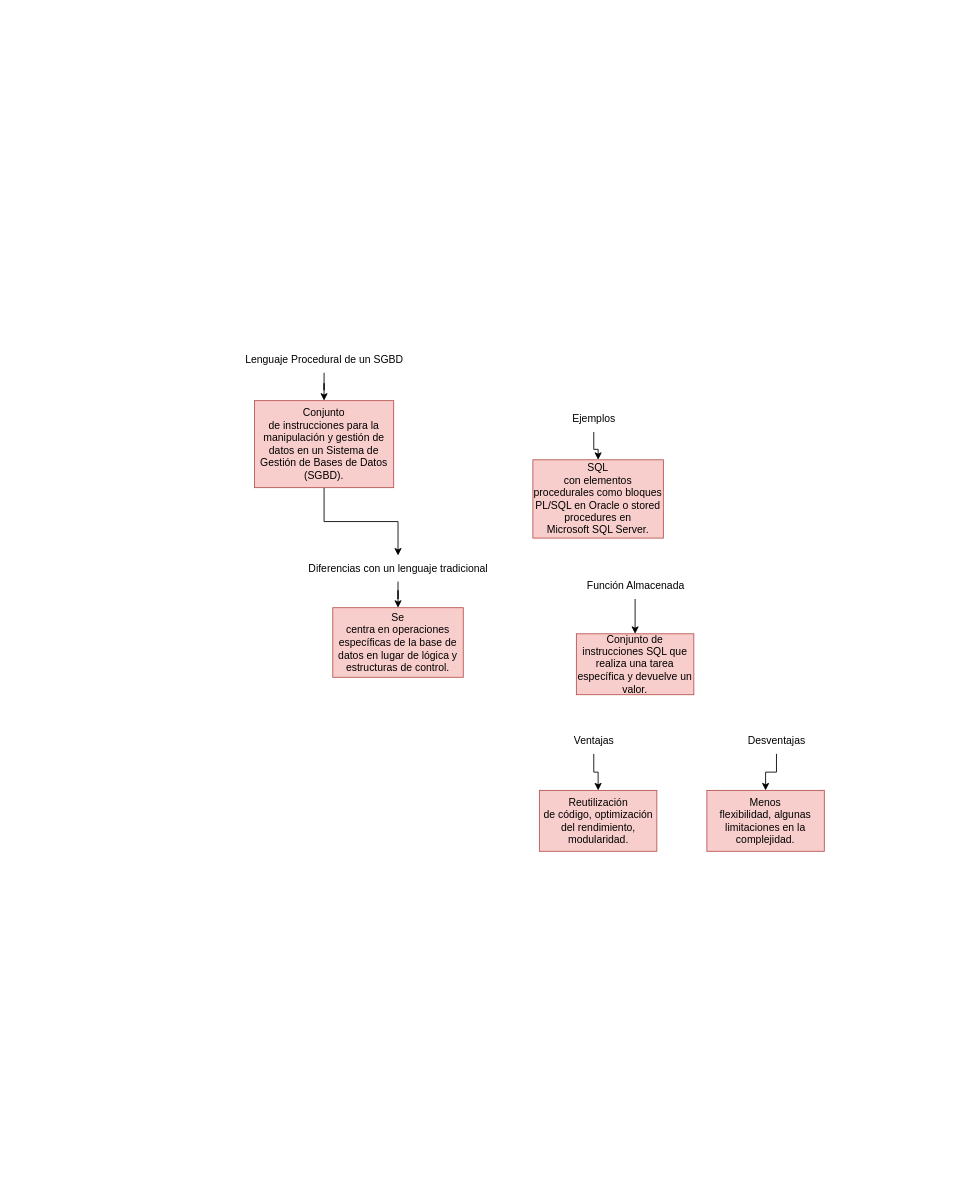
The draw.io diagram Mapa mixto lenguaje procedural.drawio in misiomishi/itcj, before the edit. Source tidied: cells renumbered, new cells numbered last; positions are measured from the earlier drawing's top-left corner, leaving out a move shared by most shapes. Both pictures are drawn from the tidied source at 87%, with x=0, y=0 at pixel (237, 346).
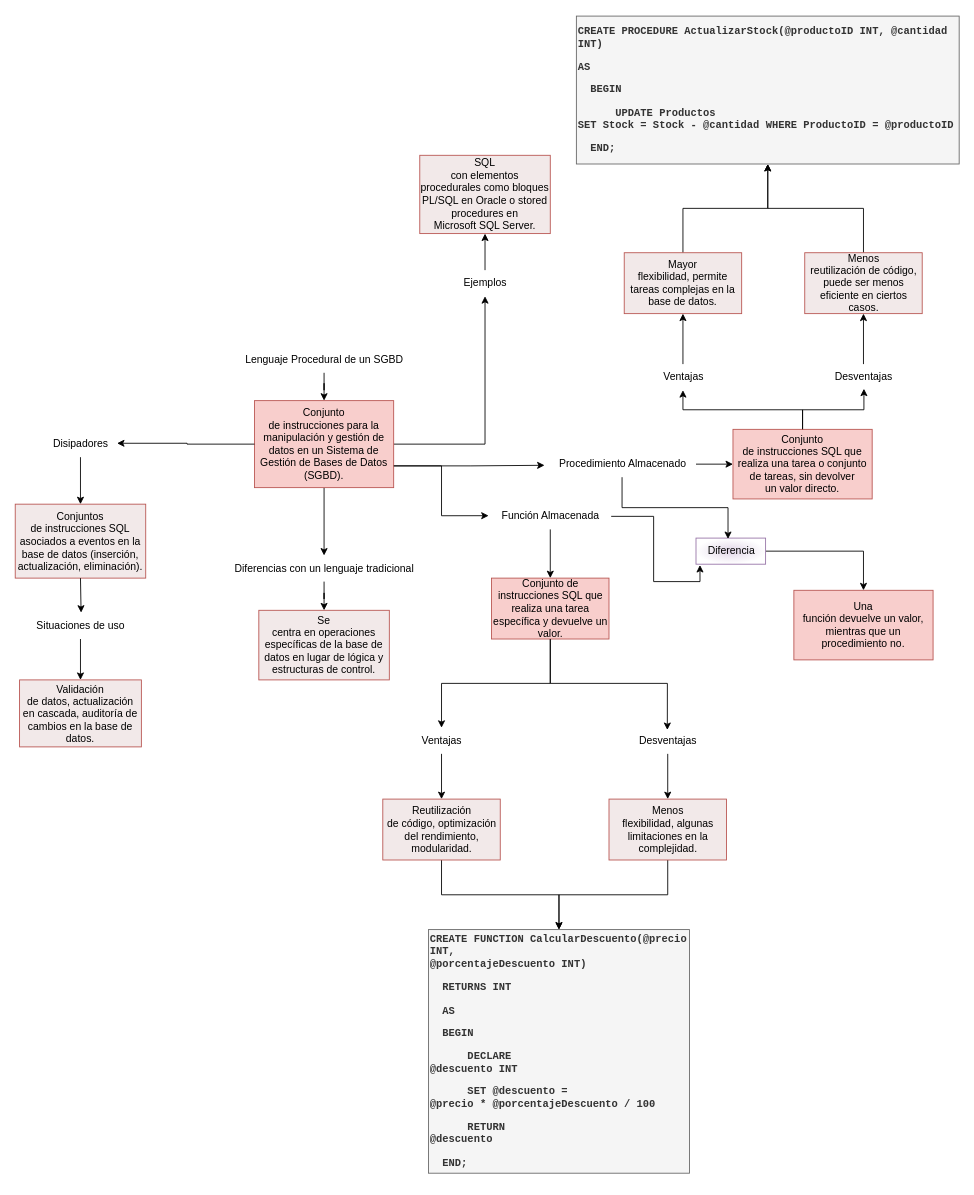
After the change.

Unchanged cells that the change refers to:
```xml
<mxCell id="3" value="Conjunto&lt;br/&gt;de instrucciones para la manipulación y gestión de datos en un Sistema de&lt;br/&gt;Gestión de Bases de Datos (SGBD)." style="rounded=0;whiteSpace=wrap;html=1;fillColor=#f8cecc;strokeColor=#b85450;" parent="1" vertex="1">
  <mxGeometry x="20" y="62" width="160" height="100" as="geometry" />
</mxCell>
```

What changed in the source:
```diff
@@
+    <mxCell id="21" style="edgeStyle=orthogonalEdgeStyle;rounded=0;jettySize=auto;html=1;exitX=1;exitY=0.5;exitDx=0;exitDy=0;" parent="1" edge="1" source="3" target="11">
+      <mxGeometry relative="1" as="geometry" />
+    </mxCell>
+    <mxCell id="22" style="edgeStyle=orthogonalEdgeStyle;rounded=0;jettySize=auto;html=1;exitX=1;exitY=0.75;exitDx=0;exitDy=0;entryX=-0.024;entryY=0.544;entryDx=0;entryDy=0;entryPerimeter=0;" parent="1" edge="1" source="3" target="30">
+      <mxGeometry relative="1" as="geometry" />
+    </mxCell>
@@
-    <mxCell id="6" value="Se&lt;br/&gt;centra en operaciones específicas de la base de datos en lugar de lógica y&lt;br/&gt;estructuras de control." style="rounded=0;whiteSpace=wrap;html=1;fillColor=#f8cecc;strokeColor=#b85450;" parent="1" vertex="1">
-      <mxGeometry x="110" y="300" width="150" height="80" as="geometry" />
+    <mxCell id="6" value="Se&lt;br/&gt;centra en operaciones específicas de la base de datos en lugar de lógica y&lt;br/&gt;estructuras de control." style="rounded=0;whiteSpace=wrap;html=1;fillColor=#f2e9e9;strokeColor=#b85450;" parent="1" vertex="1">
+      <mxGeometry x="25" y="303" width="150" height="80" as="geometry" />
     </mxCell>
@@
     <mxCell id="8" value="Diferencias con un lenguaje tradicional" style="text;html=1;align=center;verticalAlign=middle;points=[];strokeColor=none;fillColor=none;" parent="1" vertex="1">
-      <mxGeometry x="70" y="240" width="230" height="30" as="geometry" />
+      <mxGeometry x="-15" y="240" width="230" height="30" as="geometry" />
     </mxCell>
-    <mxCell id="9" value="SQL&lt;br/&gt;con elementos procedurales como bloques PL/SQL en Oracle o stored procedures en&lt;br/&gt;Microsoft SQL Server." style="rounded=0;whiteSpace=wrap;html=1;fillColor=#f8cecc;strokeColor=#b85450;" parent="1" vertex="1">
-      <mxGeometry x="340" y="130" width="150" height="90" as="geometry" />
+    <mxCell id="9" value="SQL&lt;br/&gt;con elementos procedurales como bloques PL/SQL en Oracle o stored procedures en&lt;br/&gt;Microsoft SQL Server." style="rounded=0;whiteSpace=wrap;html=1;fillColor=#f2e9e9;strokeColor=#b85450;" parent="1" vertex="1">
+      <mxGeometry x="210" y="-220" width="150" height="90" as="geometry" />
     </mxCell>
-    <mxCell id="10" style="edgeStyle=orthogonalEdgeStyle;rounded=0;jettySize=auto;html=1;entryX=0.5;entryY=0;entryDx=0;entryDy=0;" parent="1" edge="1" source="11" target="9">
+    <mxCell id="10" style="edgeStyle=orthogonalEdgeStyle;rounded=0;jettySize=auto;html=1;entryX=0.5;entryY=1;entryDx=0;entryDy=0;" parent="1" edge="1" source="11" target="9">
       <mxGeometry relative="1" as="geometry" />
     </mxCell>
     <mxCell id="11" value="Ejemplos" style="text;html=1;align=center;verticalAlign=middle;points=[];strokeColor=none;fillColor=none;" parent="1" vertex="1">
-      <mxGeometry x="375" y="68" width="70" height="30" as="geometry" />
+      <mxGeometry x="250" y="-88" width="70" height="30" as="geometry" />
     </mxCell>
+    <mxCell id="23" style="edgeStyle=orthogonalEdgeStyle;rounded=0;jettySize=auto;html=1;exitX=0.5;exitY=1;exitDx=0;exitDy=0;" parent="1" edge="1" source="12" target="17">
+      <mxGeometry relative="1" as="geometry" />
+    </mxCell>
     <mxCell id="12" value="&lt;p class=&quot;MsoNormal&quot;&gt;Conjunto de instrucciones SQL que realiza una tarea&lt;br/&gt;específica y devuelve un valor.&lt;/p&gt;" style="rounded=0;whiteSpace=wrap;html=1;fillColor=#f8cecc;strokeColor=#b85450;" parent="1" vertex="1">
-      <mxGeometry x="390" y="330" width="135" height="70" as="geometry" />
+      <mxGeometry x="292.5" y="266" width="135" height="70" as="geometry" />
     </mxCell>
@@
     <mxCell id="14" value="Función Almacenada" style="text;html=1;align=center;verticalAlign=middle;points=[];strokeColor=none;fillColor=none;" parent="1" vertex="1">
-      <mxGeometry x="387.5" y="260" width="140" height="30" as="geometry" />
+      <mxGeometry x="290" y="180" width="140" height="30" as="geometry" />
     </mxCell>
+    <mxCell id="24" style="edgeStyle=orthogonalEdgeStyle;rounded=0;jettySize=auto;html=1;exitX=0.5;exitY=1;exitDx=0;exitDy=0;" parent="1" edge="1" source="15" target="26">
+      <mxGeometry relative="1" as="geometry" />
+    </mxCell>
-    <mxCell id="15" value="&lt;p class=&quot;MsoNormal&quot;&gt;Reutilización&lt;br/&gt;de código, optimización del rendimiento, modularidad.&lt;br&gt;&lt;/p&gt;" style="rounded=0;whiteSpace=wrap;html=1;fillColor=#f8cecc;strokeColor=#b85450;" parent="1" vertex="1">
-      <mxGeometry x="347.5" y="510" width="135" height="70" as="geometry" />
+    <mxCell id="15" value="&lt;p class=&quot;MsoNormal&quot;&gt;Reutilización&lt;br/&gt;de código, optimización del rendimiento, modularidad.&lt;br&gt;&lt;/p&gt;" style="rounded=0;whiteSpace=wrap;html=1;fillColor=#f2e9e9;strokeColor=#b85450;" parent="1" vertex="1">
+      <mxGeometry x="167.5" y="520" width="135" height="70" as="geometry" />
     </mxCell>
@@
     <mxCell id="17" value="Ventajas" style="text;html=1;align=center;verticalAlign=middle;points=[];strokeColor=none;fillColor=none;" parent="1" vertex="1">
-      <mxGeometry x="375" y="438" width="70" height="30" as="geometry" />
+      <mxGeometry x="200" y="438" width="70" height="30" as="geometry" />
     </mxCell>
+    <mxCell id="25" style="edgeStyle=orthogonalEdgeStyle;rounded=0;jettySize=auto;html=1;exitX=0.5;exitY=1;exitDx=0;exitDy=0;entryX=0.5;entryY=0;entryDx=0;entryDy=0;" parent="1" edge="1" source="18" target="26">
+      <mxGeometry relative="1" as="geometry" />
+    </mxCell>
-    <mxCell id="18" value="&lt;p class=&quot;MsoNormal&quot;&gt;Menos&lt;br/&gt;flexibilidad, algunas limitaciones en la complejidad.&lt;br&gt;&lt;/p&gt;" style="rounded=0;whiteSpace=wrap;html=1;fillColor=#f8cecc;strokeColor=#b85450;" parent="1" vertex="1">
-      <mxGeometry x="540" y="510" width="135" height="70" as="geometry" />
+    <mxCell id="18" value="&lt;p class=&quot;MsoNormal&quot;&gt;Menos&lt;br/&gt;flexibilidad, algunas limitaciones en la complejidad.&lt;br&gt;&lt;/p&gt;" style="rounded=0;whiteSpace=wrap;html=1;fillColor=#f2e9e9;strokeColor=#b85450;" parent="1" vertex="1">
+      <mxGeometry x="427.5" y="520" width="135" height="70" as="geometry" />
     </mxCell>
@@
     <mxCell id="20" value="Desventajas" style="text;html=1;align=center;verticalAlign=middle;points=[];strokeColor=none;fillColor=none;" parent="1" vertex="1">
-      <mxGeometry x="575" y="438" width="90" height="30" as="geometry" />
+      <mxGeometry x="450" y="438" width="90" height="30" as="geometry" />
     </mxCell>
+    <mxCell id="26" value="&lt;p class=&quot;MsoNormal&quot;&gt;CREATE FUNCTION CalcularDescuento(@precio INT,&lt;br&gt;@porcentajeDescuento INT)&lt;/p&gt;&lt;p class=&quot;MsoNormal&quot;&gt;&amp;nbsp; RETURNS INT&lt;/p&gt;&lt;p class=&quot;MsoNormal&quot;&gt;&amp;nbsp; AS&lt;/p&gt;&lt;p class=&quot;MsoNormal&quot;&gt;&amp;nbsp; BEGIN&lt;/p&gt;&lt;p class=&quot;MsoNormal&quot;&gt;&amp;nbsp;&amp;nbsp;&amp;nbsp;&amp;nbsp;&amp;nbsp; DECLARE&lt;br&gt;@descuento INT&lt;/p&gt;&lt;p class=&quot;MsoNormal&quot;&gt;&amp;nbsp;&amp;nbsp;&amp;nbsp;&amp;nbsp;&amp;nbsp; SET @descuento =&lt;br&gt;@precio * @porcentajeDescuento / 100&lt;/p&gt;&lt;p class=&quot;MsoNormal&quot;&gt;&amp;nbsp;&amp;nbsp;&amp;nbsp;&amp;nbsp;&amp;nbsp; RETURN&lt;br&gt;@descuento&lt;/p&gt;&lt;p class=&quot;MsoNormal&quot;&gt;&lt;span style=&quot;background-color: initial;&quot;&gt;&amp;nbsp; END;&lt;/span&gt;&lt;/p&gt;" style="rounded=0;whiteSpace=wrap;html=1;fillColor=#f5f5f5;strokeColor=#666666;fontColor=#333333;align=left;fontFamily=Courier New;fontStyle=1;" parent="1" vertex="1">
+      <mxGeometry x="220" y="670" width="300" height="280" as="geometry" />
+    </mxCell>
+    <mxCell id="27" style="edgeStyle=orthogonalEdgeStyle;rounded=0;jettySize=auto;html=1;exitX=0.5;exitY=0;exitDx=0;exitDy=0;" parent="1" edge="1" source="28" target="34">
+      <mxGeometry relative="1" as="geometry" />
+    </mxCell>
+    <mxCell id="28" value="&lt;p class=&quot;MsoNormal&quot;&gt;Conjunto&lt;br/&gt;de instrucciones SQL que realiza una tarea o conjunto de tareas, sin devolver&lt;br/&gt;un valor directo.&lt;br&gt;&lt;/p&gt;" style="rounded=0;whiteSpace=wrap;html=1;fillColor=#f8cecc;strokeColor=#b85450;" parent="1" vertex="1">
+      <mxGeometry x="570" y="95" width="160" height="80" as="geometry" />
+    </mxCell>
+    <mxCell id="29" style="edgeStyle=orthogonalEdgeStyle;rounded=0;jettySize=auto;html=1;entryX=0;entryY=0.5;entryDx=0;entryDy=0;" parent="1" edge="1" source="30" target="28">
+      <mxGeometry relative="1" as="geometry" />
+    </mxCell>
+    <mxCell id="30" value="Procedimiento Almacenado" style="text;html=1;align=center;verticalAlign=middle;points=[];strokeColor=none;fillColor=none;" parent="1" vertex="1">
+      <mxGeometry x="357.5" y="120" width="170" height="30" as="geometry" />
+    </mxCell>
+    <mxCell id="31" style="edgeStyle=orthogonalEdgeStyle;rounded=0;jettySize=auto;html=1;exitX=0.5;exitY=0;exitDx=0;exitDy=0;entryX=0.5;entryY=1;entryDx=0;entryDy=0;" parent="1" edge="1" source="32" target="39">
+      <mxGeometry relative="1" as="geometry" />
+    </mxCell>
+    <mxCell id="32" value="&lt;p class=&quot;MsoNormal&quot;&gt;Mayor&lt;br/&gt;flexibilidad, permite tareas complejas en la base de datos.&lt;br&gt;&lt;/p&gt;" style="rounded=0;whiteSpace=wrap;html=1;fillColor=#f2e9e9;strokeColor=#b85450;" parent="1" vertex="1">
+      <mxGeometry x="445" y="-108" width="135" height="70" as="geometry" />
+    </mxCell>
+    <mxCell id="33" style="edgeStyle=orthogonalEdgeStyle;rounded=0;jettySize=auto;html=1;entryX=0.5;entryY=1;entryDx=0;entryDy=0;" parent="1" edge="1" source="34" target="32">
+      <mxGeometry relative="1" as="geometry" />
+    </mxCell>
+    <mxCell id="34" value="Ventajas" style="text;html=1;align=center;verticalAlign=middle;points=[];strokeColor=none;fillColor=none;" parent="1" vertex="1">
+      <mxGeometry x="477.5" y="20" width="70" height="30" as="geometry" />
+    </mxCell>
+    <mxCell id="35" style="edgeStyle=orthogonalEdgeStyle;rounded=0;jettySize=auto;html=1;exitX=0.5;exitY=0;exitDx=0;exitDy=0;entryX=0.5;entryY=1;entryDx=0;entryDy=0;" parent="1" edge="1" source="36" target="39">
+      <mxGeometry relative="1" as="geometry" />
+    </mxCell>
+    <mxCell id="36" value="&lt;p class=&quot;MsoNormal&quot;&gt;Menos&lt;br/&gt;reutilización de código, puede ser menos eficiente en ciertos casos.&lt;br&gt;&lt;/p&gt;" style="rounded=0;whiteSpace=wrap;html=1;fillColor=#f2e9e9;strokeColor=#b85450;" parent="1" vertex="1">
+      <mxGeometry x="652.5" y="-108" width="135" height="70" as="geometry" />
+    </mxCell>
+    <mxCell id="37" style="edgeStyle=orthogonalEdgeStyle;rounded=0;jettySize=auto;html=1;entryX=0.5;entryY=1;entryDx=0;entryDy=0;" parent="1" edge="1" source="38" target="36">
+      <mxGeometry relative="1" as="geometry" />
+    </mxCell>
+    <mxCell id="38" value="Desventajas" style="text;html=1;align=center;verticalAlign=middle;points=[];strokeColor=none;fillColor=none;" parent="1" vertex="1">
+      <mxGeometry x="675" y="20" width="90" height="30" as="geometry" />
+    </mxCell>
+    <mxCell id="39" value="&lt;p class=&quot;MsoNormal&quot;&gt;CREATE PROCEDURE ActualizarStock(@productoID INT, @cantidad&lt;br&gt;INT)&lt;/p&gt;&lt;p class=&quot;MsoNormal&quot;&gt;&lt;span style=&quot;background-color: initial;&quot;&gt;AS&lt;/span&gt;&lt;/p&gt;&lt;p class=&quot;MsoNormal&quot;&gt;&amp;nbsp; BEGIN&lt;/p&gt;&lt;p class=&quot;MsoNormal&quot;&gt;&amp;nbsp;&amp;nbsp;&amp;nbsp;&amp;nbsp;&amp;nbsp; UPDATE Productos&lt;br&gt;SET Stock = Stock - @cantidad WHERE ProductoID = @productoID&lt;/p&gt;&lt;p class=&quot;MsoNormal&quot;&gt;&amp;nbsp; END;&lt;/p&gt;" style="rounded=0;whiteSpace=wrap;html=1;fillColor=#f5f5f5;strokeColor=#666666;fontColor=#333333;fontFamily=Courier New;align=left;fontStyle=1;" parent="1" vertex="1">
+      <mxGeometry x="390" y="-380" width="440" height="170" as="geometry" />
+    </mxCell>
+    <mxCell id="40" value="&lt;p class=&quot;MsoNormal&quot;&gt;Una&lt;br/&gt;función devuelve un valor, mientras que un procedimiento no.&lt;br&gt;&lt;/p&gt;" style="rounded=0;whiteSpace=wrap;html=1;fillColor=#f8cecc;strokeColor=#b85450;" parent="1" vertex="1">
+      <mxGeometry x="640" y="280" width="160" height="80" as="geometry" />
+    </mxCell>
+    <mxCell id="41" style="edgeStyle=orthogonalEdgeStyle;rounded=0;jettySize=auto;html=1;" parent="1" edge="1" source="42" target="40">
+      <mxGeometry relative="1" as="geometry" />
+    </mxCell>
+    <mxCell id="42" value="Diferencia" style="text;html=1;align=center;verticalAlign=middle;points=[];fillColor=#e1d5e7;strokeColor=#9673a6;gradientColor=#ffffff;gradientDirection=radial;" parent="1" vertex="1">
+      <mxGeometry x="527.5" y="220" width="80" height="30" as="geometry" />
+    </mxCell>
+    <mxCell id="43" value="Conjuntos&lt;br/&gt;de instrucciones SQL asociados a eventos en la base de datos (inserción,&lt;br/&gt;actualización, eliminación)." style="rounded=0;whiteSpace=wrap;html=1;fillColor=#f2e9e9;strokeColor=#b85450;" parent="1" vertex="1">
+      <mxGeometry x="-255" y="181" width="150" height="85" as="geometry" />
+    </mxCell>
+    <mxCell id="44" style="edgeStyle=orthogonalEdgeStyle;rounded=0;jettySize=auto;html=1;entryX=0.5;entryY=0;entryDx=0;entryDy=0;" parent="1" edge="1" source="45" target="43">
+      <mxGeometry relative="1" as="geometry" />
+    </mxCell>
+    <mxCell id="45" value="Disipadores" style="text;html=1;align=center;verticalAlign=middle;points=[];strokeColor=none;fillColor=none;" parent="1" vertex="1">
+      <mxGeometry x="-225" y="97" width="90" height="30" as="geometry" />
+    </mxCell>
+    <mxCell id="46" value="Validación&lt;br/&gt;de datos, actualización en cascada, auditoría de cambios en la base de datos." style="rounded=0;whiteSpace=wrap;html=1;fillColor=#f2e9e9;strokeColor=#b85450;" parent="1" vertex="1">
+      <mxGeometry x="-250" y="383" width="140" height="77" as="geometry" />
+    </mxCell>
+    <mxCell id="47" style="edgeStyle=orthogonalEdgeStyle;rounded=0;jettySize=auto;html=1;entryX=0.5;entryY=0;entryDx=0;entryDy=0;" parent="1" edge="1" source="48" target="46">
+      <mxGeometry relative="1" as="geometry" />
+    </mxCell>
+    <mxCell id="48" value="Situaciones de uso" style="text;html=1;align=center;verticalAlign=middle;points=[];strokeColor=none;fillColor=none;" parent="1" vertex="1">
+      <mxGeometry x="-240" y="306" width="120" height="30" as="geometry" />
+    </mxCell>
+    <mxCell id="49" style="edgeStyle=orthogonalEdgeStyle;rounded=0;jettySize=auto;html=1;exitX=1;exitY=0.75;exitDx=0;exitDy=0;entryX=-0.006;entryY=0.475;entryDx=0;entryDy=0;entryPerimeter=0;" parent="1" edge="1" source="3" target="14">
+      <mxGeometry relative="1" as="geometry" />
+    </mxCell>
+    <mxCell id="50" style="edgeStyle=orthogonalEdgeStyle;rounded=0;jettySize=auto;html=1;exitX=0.5;exitY=0;exitDx=0;exitDy=0;entryX=0.506;entryY=0.944;entryDx=0;entryDy=0;entryPerimeter=0;" parent="1" edge="1" source="28" target="38">
+      <mxGeometry relative="1" as="geometry" />
+    </mxCell>
+    <mxCell id="51" style="edgeStyle=orthogonalEdgeStyle;rounded=0;jettySize=auto;html=1;entryX=0.46;entryY=0.033;entryDx=0;entryDy=0;entryPerimeter=0;" parent="1" edge="1" source="30" target="42">
+      <mxGeometry relative="1" as="geometry" />
+    </mxCell>
+    <mxCell id="52" style="edgeStyle=orthogonalEdgeStyle;rounded=0;jettySize=auto;html=1;entryX=0.057;entryY=1.033;entryDx=0;entryDy=0;entryPerimeter=0;" parent="1" edge="1" source="14" target="42">
+      <mxGeometry relative="1" as="geometry" />
+    </mxCell>
+    <mxCell id="53" style="edgeStyle=orthogonalEdgeStyle;rounded=0;jettySize=auto;html=1;exitX=0.5;exitY=1;exitDx=0;exitDy=0;entryX=0.495;entryY=0.084;entryDx=0;entryDy=0;entryPerimeter=0;" parent="1" edge="1" source="12" target="20">
+      <mxGeometry relative="1" as="geometry" />
+    </mxCell>
+    <mxCell id="54" style="edgeStyle=orthogonalEdgeStyle;rounded=0;jettySize=auto;html=1;exitX=0.5;exitY=1;exitDx=0;exitDy=0;entryX=0.506;entryY=-0.011;entryDx=0;entryDy=0;entryPerimeter=0;" parent="1" edge="1" source="43" target="48">
+      <mxGeometry relative="1" as="geometry" />
+    </mxCell>
+    <mxCell id="55" style="edgeStyle=orthogonalEdgeStyle;rounded=0;jettySize=auto;html=1;exitX=0;exitY=0.5;exitDx=0;exitDy=0;entryX=0.967;entryY=0.467;entryDx=0;entryDy=0;entryPerimeter=0;" parent="1" edge="1" source="3" target="45">
+      <mxGeometry relative="1" as="geometry" />
+    </mxCell>
```
